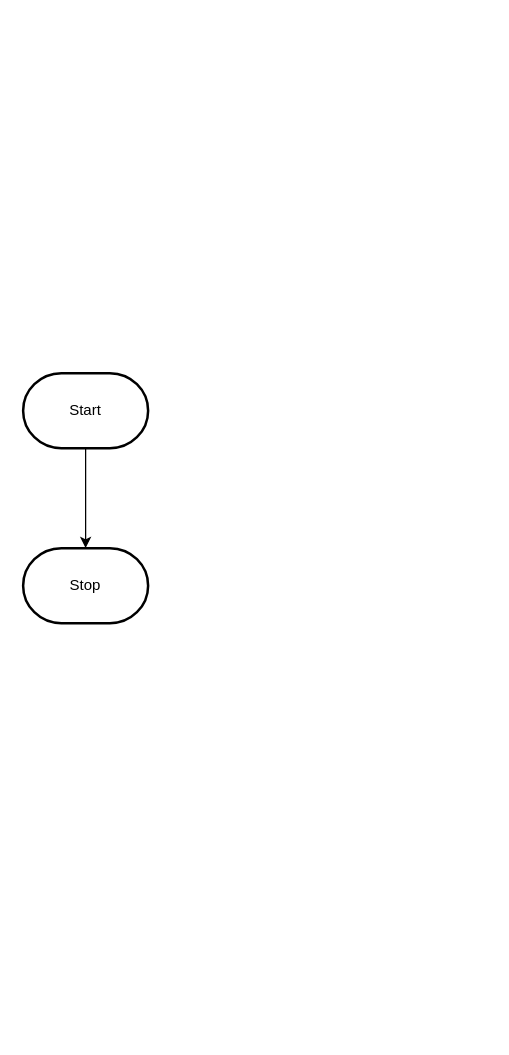
The draw.io diagram design/flowchart.drawio in Domenic-dangelo/ICD2O-Final-Project-domenic.dangelo, before the edit. Source tidied: cells renumbered, new cells numbered last; positions are measured from the earlier drawing's top-left corner, leaving out a move shared by most shapes. Both pictures are drawn from the tidied source at 125%, with x=0, y=0 at pixel (22, 372).
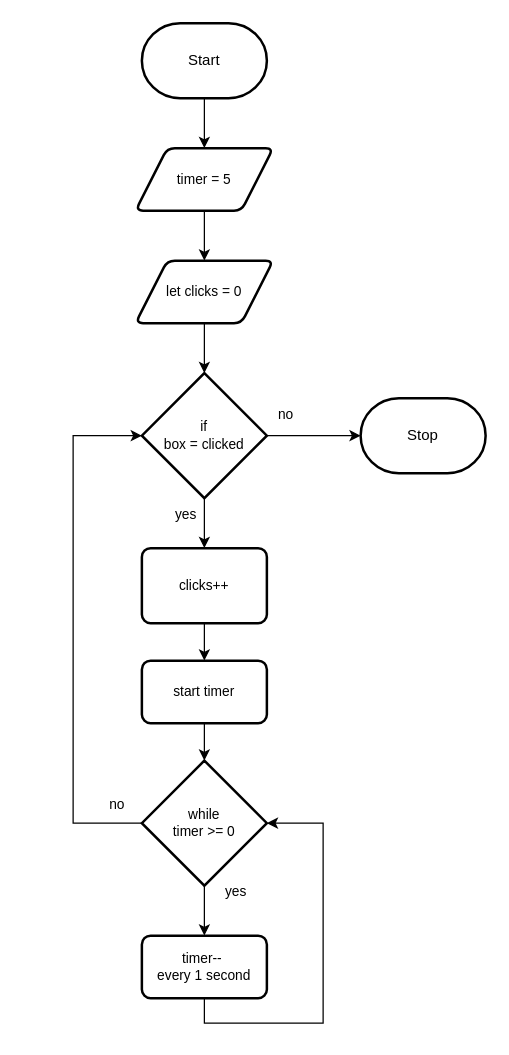
After the change.

Commit message (it also covers changes not shown here):
added flowchart and storyboard

The edit, as a diff of the source:
```diff
@@
-    <mxCell id="2" style="edgeStyle=orthogonalEdgeStyle;html=1;rounded=0;" parent="1" edge="1" source="3" target="4">
-      <mxGeometry relative="1" as="geometry" />
-    </mxCell>
+    <mxCell id="5" style="edgeStyle=orthogonalEdgeStyle;shape=connector;rounded=0;html=1;exitX=0.5;exitY=1;exitDx=0;exitDy=0;exitPerimeter=0;entryX=0.5;entryY=0;entryDx=0;entryDy=0;strokeColor=default;align=center;verticalAlign=middle;fontFamily=Helvetica;fontSize=11;fontColor=default;labelBackgroundColor=default;endArrow=classic;" parent="1" edge="1" source="3" target="2">
+      <mxGeometry relative="1" as="geometry" />
+    </mxCell>
     <mxCell id="3" value="Start" style="strokeWidth=2;html=1;shape=mxgraph.flowchart.terminator;whiteSpace=wrap;" parent="1" vertex="1">
-      <mxGeometry width="100" height="60" as="geometry" />
+      <mxGeometry x="95" y="-280" width="100" height="60" as="geometry" />
     </mxCell>
     <mxCell id="4" value="Stop" style="strokeWidth=2;html=1;shape=mxgraph.flowchart.terminator;whiteSpace=wrap;" parent="1" vertex="1">
-      <mxGeometry y="140" width="100" height="60" as="geometry" />
+      <mxGeometry x="270" y="20" width="100" height="60" as="geometry" />
     </mxCell>
+    <mxCell id="6" style="edgeStyle=orthogonalEdgeStyle;shape=connector;rounded=0;html=1;exitX=0.5;exitY=1;exitDx=0;exitDy=0;entryX=0.5;entryY=0;entryDx=0;entryDy=0;strokeColor=default;align=center;verticalAlign=middle;fontFamily=Helvetica;fontSize=11;fontColor=default;labelBackgroundColor=default;endArrow=classic;" parent="1" edge="1" source="2" target="8">
+      <mxGeometry relative="1" as="geometry" />
+    </mxCell>
+    <mxCell id="2" value="timer = 5" style="shape=parallelogram;html=1;strokeWidth=2;perimeter=parallelogramPerimeter;whiteSpace=wrap;rounded=1;arcSize=12;size=0.23;fontFamily=Helvetica;fontSize=11;fontColor=default;labelBackgroundColor=default;" parent="1" vertex="1">
+      <mxGeometry x="90" y="-180" width="110" height="50" as="geometry" />
+    </mxCell>
+    <mxCell id="7" style="edgeStyle=orthogonalEdgeStyle;shape=connector;rounded=0;html=1;exitX=0.5;exitY=1;exitDx=0;exitDy=0;strokeColor=default;align=center;verticalAlign=middle;fontFamily=Helvetica;fontSize=11;fontColor=default;labelBackgroundColor=default;endArrow=classic;" parent="1" edge="1" source="8" target="13">
+      <mxGeometry relative="1" as="geometry" />
+    </mxCell>
+    <mxCell id="8" value="let clicks = 0" style="shape=parallelogram;html=1;strokeWidth=2;perimeter=parallelogramPerimeter;whiteSpace=wrap;rounded=1;arcSize=12;size=0.23;fontFamily=Helvetica;fontSize=11;fontColor=default;labelBackgroundColor=default;" parent="1" vertex="1">
+      <mxGeometry x="90" y="-90" width="110" height="50" as="geometry" />
+    </mxCell>
+    <mxCell id="9" style="edgeStyle=orthogonalEdgeStyle;shape=connector;rounded=0;html=1;exitX=0.5;exitY=1;exitDx=0;exitDy=0;exitPerimeter=0;entryX=0.5;entryY=0;entryDx=0;entryDy=0;strokeColor=default;align=center;verticalAlign=middle;fontFamily=Helvetica;fontSize=11;fontColor=default;labelBackgroundColor=default;endArrow=classic;" parent="1" edge="1" source="10" target="11">
+      <mxGeometry relative="1" as="geometry" />
+    </mxCell>
+    <mxCell id="10" value="while&lt;div&gt;timer &amp;gt;= 0&lt;/div&gt;" style="strokeWidth=2;html=1;shape=mxgraph.flowchart.decision;whiteSpace=wrap;fontFamily=Helvetica;fontSize=11;fontColor=default;labelBackgroundColor=default;" parent="1" vertex="1">
+      <mxGeometry x="95" y="310" width="100" height="100" as="geometry" />
+    </mxCell>
+    <mxCell id="11" value="timer--&amp;nbsp;&lt;div&gt;every 1 second&lt;/div&gt;" style="rounded=1;whiteSpace=wrap;html=1;absoluteArcSize=1;arcSize=14;strokeWidth=2;fontFamily=Helvetica;fontSize=11;fontColor=default;labelBackgroundColor=default;" parent="1" vertex="1">
+      <mxGeometry x="95" y="450" width="100" height="50" as="geometry" />
+    </mxCell>
+    <mxCell id="12" style="edgeStyle=orthogonalEdgeStyle;shape=connector;rounded=0;html=1;exitX=0.5;exitY=1;exitDx=0;exitDy=0;exitPerimeter=0;entryX=0.5;entryY=0;entryDx=0;entryDy=0;strokeColor=default;align=center;verticalAlign=middle;fontFamily=Helvetica;fontSize=11;fontColor=default;labelBackgroundColor=default;endArrow=classic;" parent="1" edge="1" source="13" target="20">
+      <mxGeometry relative="1" as="geometry" />
+    </mxCell>
+    <mxCell id="13" value="&lt;div&gt;if&lt;/div&gt;&lt;div&gt;box = clicked&lt;/div&gt;" style="strokeWidth=2;html=1;shape=mxgraph.flowchart.decision;whiteSpace=wrap;fontFamily=Helvetica;fontSize=11;fontColor=default;labelBackgroundColor=default;" parent="1" vertex="1">
+      <mxGeometry x="95" width="100" height="100" as="geometry" />
+    </mxCell>
+    <mxCell id="14" value="yes" style="text;html=1;align=center;verticalAlign=middle;strokeColor=none;fillColor=none;fontFamily=Helvetica;fontSize=11;fontColor=default;labelBackgroundColor=default;" parent="1" vertex="1">
+      <mxGeometry x="110" y="98" width="40" height="30" as="geometry" />
+    </mxCell>
+    <mxCell id="15" style="edgeStyle=orthogonalEdgeStyle;shape=connector;rounded=0;html=1;exitX=0.5;exitY=1;exitDx=0;exitDy=0;entryX=1;entryY=0.5;entryDx=0;entryDy=0;entryPerimeter=0;strokeColor=default;align=center;verticalAlign=middle;fontFamily=Helvetica;fontSize=11;fontColor=default;labelBackgroundColor=default;endArrow=classic;" parent="1" edge="1" source="11" target="10">
+      <mxGeometry relative="1" as="geometry">
+        <Array as="points">
+          <mxPoint x="145" y="520" />
+          <mxPoint x="240" y="520" />
+          <mxPoint x="240" y="360" />
+        </Array>
+      </mxGeometry>
+    </mxCell>
+    <mxCell id="16" style="edgeStyle=orthogonalEdgeStyle;shape=connector;rounded=0;html=1;exitX=0;exitY=0.5;exitDx=0;exitDy=0;exitPerimeter=0;entryX=0;entryY=0.5;entryDx=0;entryDy=0;entryPerimeter=0;strokeColor=default;align=center;verticalAlign=middle;fontFamily=Helvetica;fontSize=11;fontColor=default;labelBackgroundColor=default;endArrow=classic;" parent="1" edge="1" source="10" target="13">
+      <mxGeometry relative="1" as="geometry">
+        <Array as="points">
+          <mxPoint x="40" y="360" />
+          <mxPoint x="40" y="50" />
+        </Array>
+      </mxGeometry>
+    </mxCell>
+    <mxCell id="17" value="yes" style="text;html=1;align=center;verticalAlign=middle;strokeColor=none;fillColor=none;fontFamily=Helvetica;fontSize=11;fontColor=default;labelBackgroundColor=default;" parent="1" vertex="1">
+      <mxGeometry x="150" y="400" width="40" height="30" as="geometry" />
+    </mxCell>
+    <mxCell id="18" value="no" style="text;html=1;align=center;verticalAlign=middle;strokeColor=none;fillColor=none;fontFamily=Helvetica;fontSize=11;fontColor=default;labelBackgroundColor=default;" parent="1" vertex="1">
+      <mxGeometry x="55" y="330" width="40" height="30" as="geometry" />
+    </mxCell>
+    <mxCell id="19" style="edgeStyle=orthogonalEdgeStyle;shape=connector;rounded=0;html=1;exitX=0.5;exitY=1;exitDx=0;exitDy=0;entryX=0.5;entryY=0;entryDx=0;entryDy=0;strokeColor=default;align=center;verticalAlign=middle;fontFamily=Helvetica;fontSize=11;fontColor=default;labelBackgroundColor=default;endArrow=classic;" parent="1" edge="1" source="20" target="21">
+      <mxGeometry relative="1" as="geometry" />
+    </mxCell>
+    <mxCell id="20" value="clicks++" style="rounded=1;whiteSpace=wrap;html=1;absoluteArcSize=1;arcSize=14;strokeWidth=2;fontFamily=Helvetica;fontSize=11;fontColor=default;labelBackgroundColor=default;" parent="1" vertex="1">
+      <mxGeometry x="95" y="140" width="100" height="60" as="geometry" />
+    </mxCell>
+    <mxCell id="21" value="start timer" style="rounded=1;whiteSpace=wrap;html=1;absoluteArcSize=1;arcSize=14;strokeWidth=2;fontFamily=Helvetica;fontSize=11;fontColor=default;labelBackgroundColor=default;" parent="1" vertex="1">
+      <mxGeometry x="95" y="230" width="100" height="50" as="geometry" />
+    </mxCell>
+    <mxCell id="22" style="edgeStyle=orthogonalEdgeStyle;shape=connector;rounded=0;html=1;exitX=0.5;exitY=1;exitDx=0;exitDy=0;entryX=0.5;entryY=0;entryDx=0;entryDy=0;entryPerimeter=0;strokeColor=default;align=center;verticalAlign=middle;fontFamily=Helvetica;fontSize=11;fontColor=default;labelBackgroundColor=default;endArrow=classic;" parent="1" edge="1" source="21" target="10">
+      <mxGeometry relative="1" as="geometry" />
+    </mxCell>
+    <mxCell id="23" style="edgeStyle=orthogonalEdgeStyle;shape=connector;rounded=0;html=1;exitX=1;exitY=0.5;exitDx=0;exitDy=0;exitPerimeter=0;entryX=0;entryY=0.5;entryDx=0;entryDy=0;entryPerimeter=0;strokeColor=default;align=center;verticalAlign=middle;fontFamily=Helvetica;fontSize=11;fontColor=default;labelBackgroundColor=default;endArrow=classic;" parent="1" edge="1" source="13" target="4">
+      <mxGeometry relative="1" as="geometry" />
+    </mxCell>
+    <mxCell id="24" value="no" style="text;html=1;align=center;verticalAlign=middle;strokeColor=none;fillColor=none;fontFamily=Helvetica;fontSize=11;fontColor=default;labelBackgroundColor=default;" parent="1" vertex="1">
+      <mxGeometry x="190" y="18" width="40" height="30" as="geometry" />
+    </mxCell>
```
